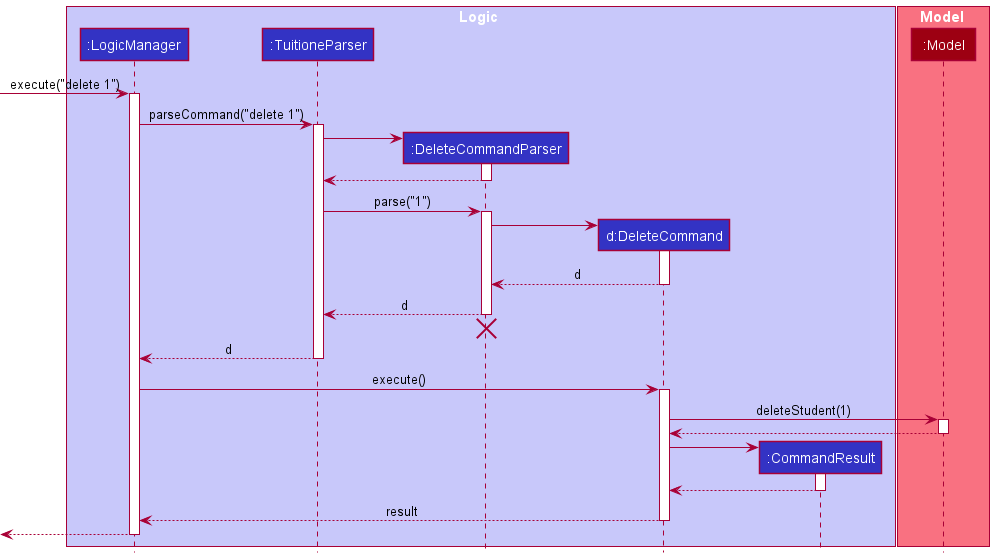
This is docs/images/DeveloperGuideImage/DeleteSequenceDiagram.png from nus-cs2103-AY2122S1/tp, a PlantUML export, as it was before one commit.
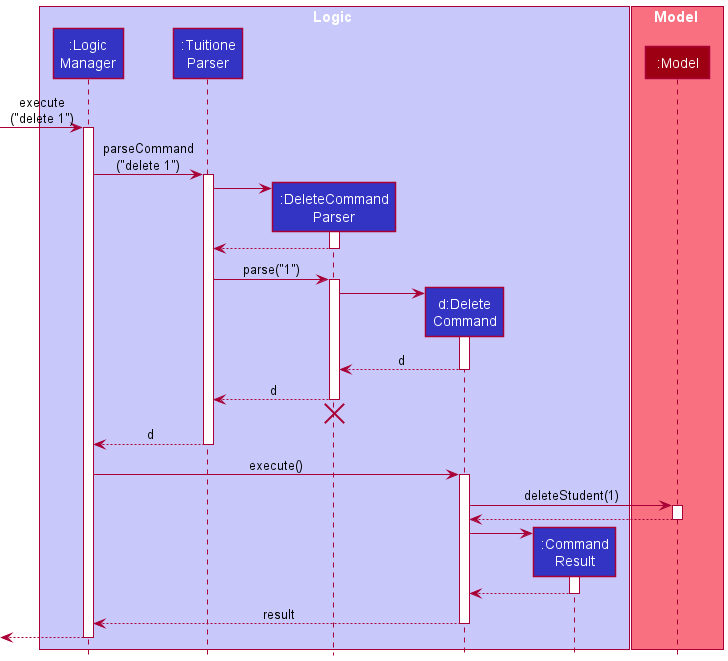
The same file after the commit.

Change to the diagram source:
```diff
@@ -2,21 +2,21 @@
 !include style.puml
 
 box Logic LOGIC_COLOR_T1
-participant ":LogicManager" as LogicManager LOGIC_COLOR
-participant ":TuitioneParser" as TuitioneParser LOGIC_COLOR
-participant ":DeleteCommandParser" as DeleteCommandParser LOGIC_COLOR
-participant "d:DeleteCommand" as DeleteCommand LOGIC_COLOR
-participant ":CommandResult" as CommandResult LOGIC_COLOR
+participant ":Logic\nManager" as LogicManager LOGIC_COLOR
+participant ":Tuitione\nParser" as TuitioneParser LOGIC_COLOR
+participant ":DeleteCommand\nParser" as DeleteCommandParser LOGIC_COLOR
+participant "d:Delete\nCommand" as DeleteCommand LOGIC_COLOR
+participant ":Command\nResult" as CommandResult LOGIC_COLOR
 end box
 
 box Model MODEL_COLOR_T1
 participant ":Model" as Model MODEL_COLOR
 end box
 
-[-> LogicManager : execute("delete 1")
+[-> LogicManager : execute\n("delete 1")
 activate LogicManager
 
-LogicManager -> TuitioneParser : parseCommand("delete 1")
+LogicManager -> TuitioneParser : parseCommand\n("delete 1")
 activate TuitioneParser
 
 create DeleteCommandParser
```
